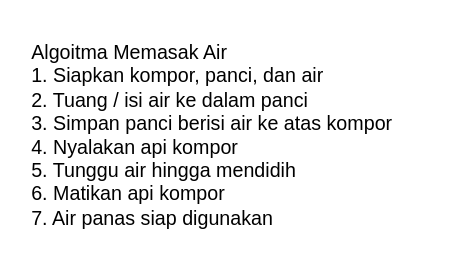
mfdrfauzi/fwg17-computer-science keeps this draw.io diagram as Untitled Diagram.drawio. Above is the earlier version. Source tidied: cells renumbered, new cells numbered last; positions are measured from the earlier drawing's top-left corner, leaving out a move shared by most shapes. Both pictures are drawn from the tidied source at 164%, with x=0, y=0 at pixel (28, 28).
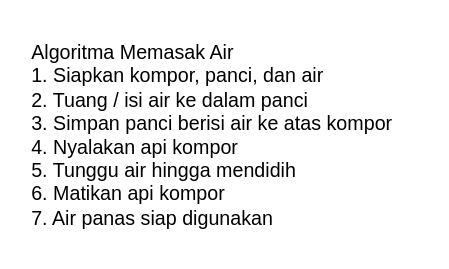
The same page after the edit.

The edit, as a diff of the source:
```diff
@@
 <mxGraphModel>
   <root>
     <mxCell id="0" />
     <mxCell id="1" parent="0" />
-    <mxCell id="2" value="Algoitma Memasak Air&lt;br&gt;1. Siapkan kompor, panci, dan air&lt;br&gt;2. Tuang / isi air ke dalam panci&lt;br&gt;3. Simpan panci berisi air ke atas kompor&lt;br&gt;4. Nyalakan api kompor&lt;br&gt;5. Tunggu air hingga mendidih&lt;br&gt;6. Matikan api kompor&lt;br&gt;7. Air panas siap digunakan" style="text;html=1;align=left;verticalAlign=middle;strokeColor=none;fillColor=none;" parent="1" vertex="1">
+    <mxCell id="2" value="Algoritma Memasak Air&lt;br&gt;1. Siapkan kompor, panci, dan air&lt;br&gt;2. Tuang / isi air ke dalam panci&lt;br&gt;3. Simpan panci berisi air ke atas kompor&lt;br&gt;4. Nyalakan api kompor&lt;br&gt;5. Tunggu air hingga mendidih&lt;br&gt;6. Matikan api kompor&lt;br&gt;7. Air panas siap digunakan" style="text;html=1;align=left;verticalAlign=middle;strokeColor=none;fillColor=none;" parent="1" vertex="1">
       <mxGeometry width="240" height="130" as="geometry" />
     </mxCell>
   </root>
 </mxGraphModel>
```
